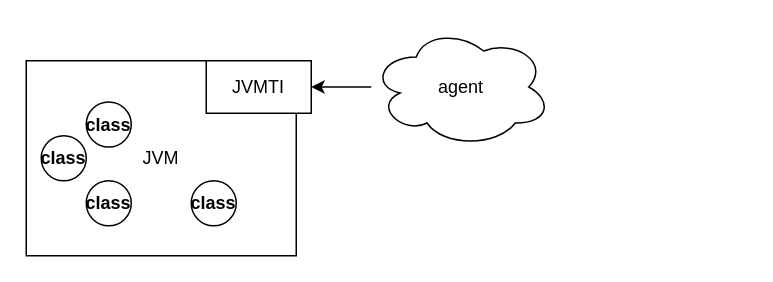
Before: Java Agent.drawio in ChrisFynnWang/algorithm, a draw.io diagram. Source tidied: cells renumbered, new cells numbered last; positions are measured from the earlier drawing's top-left corner, leaving out a move shared by most shapes. Both pictures are drawn from the tidied source at 150%, with x=0, y=0 at pixel (26, 27).
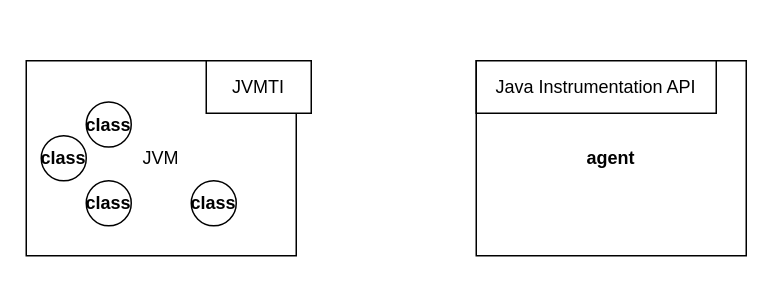
Above is the later version.

The edit, as a diff of the source:
```diff
@@
 <mxGraphModel>
   <root>
     <mxCell id="0" />
     <mxCell id="1" parent="0" />
     <mxCell id="2" value="JVM" style="rounded=0;whiteSpace=wrap;html=1;" parent="1" vertex="1">
       <mxGeometry y="22" width="180" height="130" as="geometry" />
     </mxCell>
     <mxCell id="3" value="JVMTI" style="rounded=0;whiteSpace=wrap;html=1;" parent="1" vertex="1">
       <mxGeometry x="120" y="22" width="70" height="35" as="geometry" />
     </mxCell>
-    <mxCell id="4" style="edgeStyle=orthogonalEdgeStyle;rounded=0;jettySize=auto;html=1;" parent="1" edge="1" source="5" target="3">
-      <mxGeometry relative="1" as="geometry" />
-    </mxCell>
-    <mxCell id="5" value="agent" style="ellipse;shape=cloud;whiteSpace=wrap;html=1;" parent="1" vertex="1">
-      <mxGeometry x="230" y="-0.5" width="120" height="80" as="geometry" />
-    </mxCell>
     <mxCell id="6" value="class" style="ellipse;whiteSpace=wrap;html=1;fontStyle=1;" parent="1" vertex="1">
       <mxGeometry x="10" y="72" width="30" height="30" as="geometry" />
     </mxCell>
     <mxCell id="7" value="class" style="ellipse;whiteSpace=wrap;html=1;fontStyle=1;" parent="1" vertex="1">
       <mxGeometry x="110" y="102" width="30" height="30" as="geometry" />
     </mxCell>
     <mxCell id="8" value="class" style="ellipse;whiteSpace=wrap;html=1;fontStyle=1;" parent="1" vertex="1">
       <mxGeometry x="40" y="102" width="30" height="30" as="geometry" />
     </mxCell>
     <mxCell id="9" value="class" style="ellipse;whiteSpace=wrap;html=1;fontStyle=1;" parent="1" vertex="1">
       <mxGeometry x="40" y="49.5" width="30" height="30" as="geometry" />
     </mxCell>
+    <mxCell id="5" value="&lt;b&gt;agent&lt;/b&gt;" style="rounded=0;whiteSpace=wrap;html=1;" parent="1" vertex="1">
+      <mxGeometry x="300" y="22" width="180" height="130" as="geometry" />
+    </mxCell>
+    <mxCell id="10" value="Java Instrumentation API" style="rounded=0;whiteSpace=wrap;html=1;" parent="1" vertex="1">
+      <mxGeometry x="300" y="22" width="160" height="35" as="geometry" />
+    </mxCell>
   </root>
 </mxGraphModel>
```
